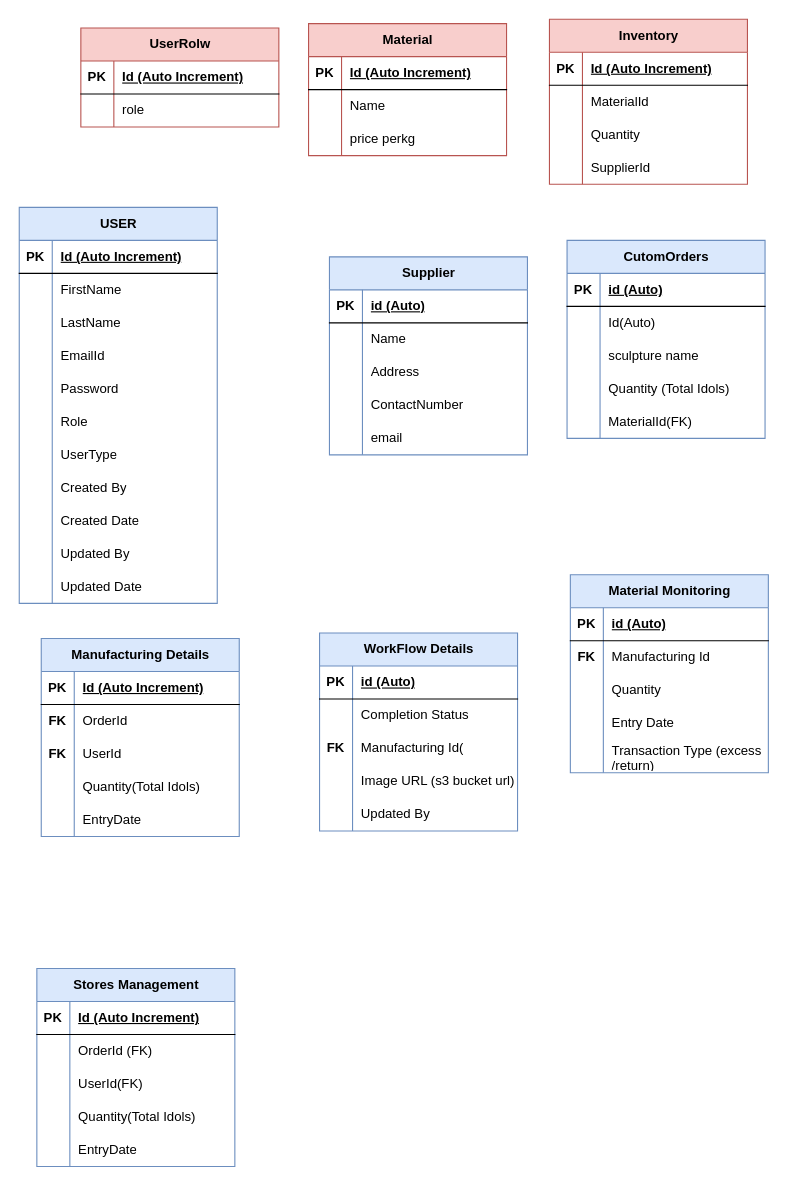
Earlier version of the draw.io diagram ER.drawio (praka07/trip-bis-aws). Source tidied: cells renumbered, new cells numbered last; positions are measured from the earlier drawing's top-left corner, leaving out a move shared by most shapes. Both pictures are drawn from the tidied source at 110%, with x=0, y=0 at pixel (19, 19).
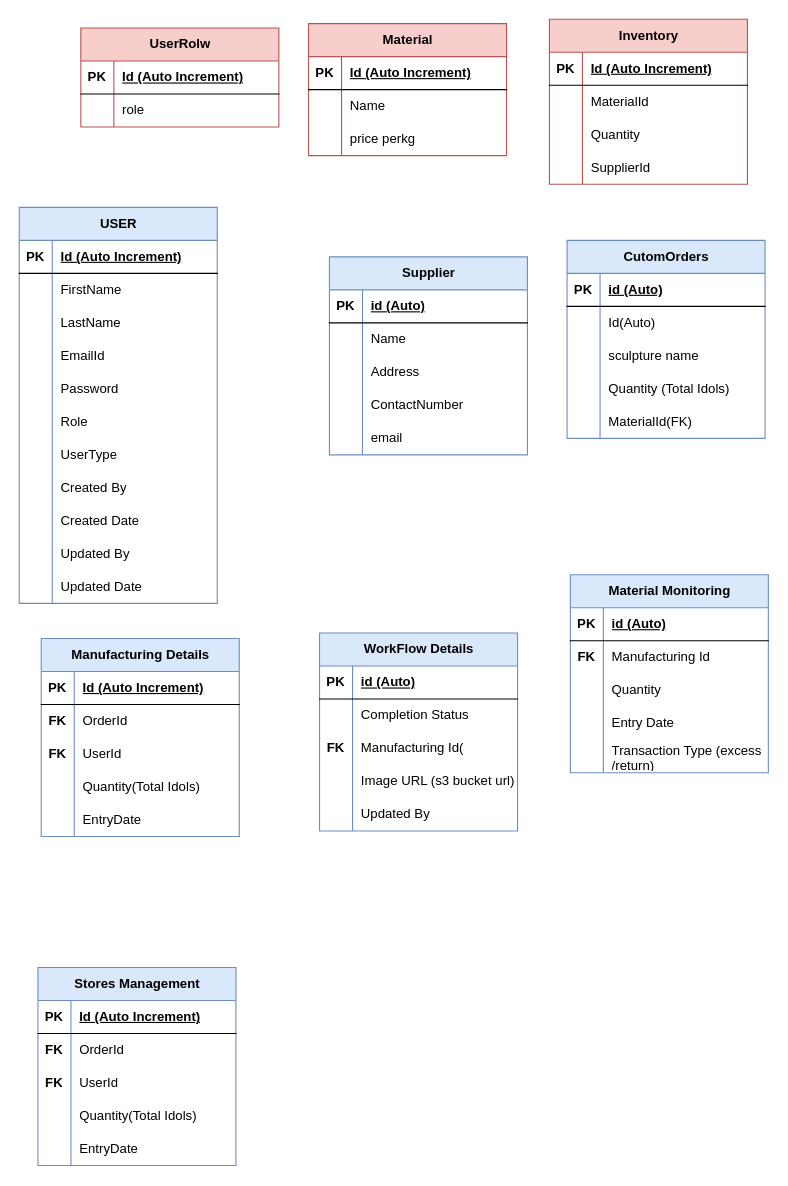
The same diagram, later.

The change refers to these unchanged cells:
```xml
<mxCell id="150" style="shape=tableRow;horizontal=0;startSize=0;swimlaneHead=0;swimlaneBody=0;fillColor=none;top=0;left=0;right=0;bottom=0;" parent="146" vertex="1">
  <mxGeometry y="60" width="180" height="30" as="geometry" />
</mxCell>
<mxCell id="153" style="shape=tableRow;horizontal=0;startSize=0;swimlaneHead=0;swimlaneBody=0;fillColor=none;top=0;left=0;right=0;bottom=0;" parent="146" vertex="1">
  <mxGeometry y="90" width="180" height="30" as="geometry" />
</mxCell>
```

Change to the diagram source:
```diff
@@
     <mxCell id="146" value="Stores Management" style="shape=table;startSize=30;childLayout=tableLayout;rowLines=0;fontStyle=1;align=center;html=1;fillColor=#dae8fc;strokeColor=#6c8ebf;" parent="1" vertex="1">
-      <mxGeometry x="16" y="863" width="180" height="180" as="geometry" />
+      <mxGeometry x="17" y="862" width="180" height="180" as="geometry" />
     </mxCell>
@@
-    <mxCell id="151" style="shape=partialRectangle;fillColor=none;top=0;left=0;bottom=0;right=0;overflow=hidden;whiteSpace=wrap;html=1;" parent="150" vertex="1">
+    <mxCell id="151" value="&lt;b style=&quot;border-color: var(--border-color);&quot;&gt;FK&lt;/b&gt;" style="shape=partialRectangle;fillColor=none;top=0;left=0;bottom=0;right=0;overflow=hidden;whiteSpace=wrap;html=1;" parent="150" vertex="1">
       <mxGeometry width="30" height="30" as="geometry" />
     </mxCell>
-    <mxCell id="152" value="OrderId (FK)" style="shape=partialRectangle;fillColor=none;top=0;left=0;bottom=0;right=0;align=left;spacingLeft=6;overflow=hidden;whiteSpace=wrap;html=1;" parent="150" vertex="1">
+    <mxCell id="152" value="OrderId" style="shape=partialRectangle;fillColor=none;top=0;left=0;bottom=0;right=0;align=left;spacingLeft=6;overflow=hidden;whiteSpace=wrap;html=1;" parent="150" vertex="1">
       <mxGeometry x="30" width="150" height="30" as="geometry" />
     </mxCell>
@@
-    <mxCell id="154" style="shape=partialRectangle;fillColor=none;top=0;left=0;bottom=0;right=0;overflow=hidden;whiteSpace=wrap;html=1;" parent="153" vertex="1">
+    <mxCell id="154" value="&lt;b style=&quot;border-color: var(--border-color);&quot;&gt;FK&lt;/b&gt;" style="shape=partialRectangle;fillColor=none;top=0;left=0;bottom=0;right=0;overflow=hidden;whiteSpace=wrap;html=1;" parent="153" vertex="1">
       <mxGeometry width="30" height="30" as="geometry" />
     </mxCell>
-    <mxCell id="155" value="UserId(FK)" style="shape=partialRectangle;fillColor=none;top=0;left=0;bottom=0;right=0;align=left;spacingLeft=6;overflow=hidden;whiteSpace=wrap;html=1;" parent="153" vertex="1">
+    <mxCell id="155" value="UserId" style="shape=partialRectangle;fillColor=none;top=0;left=0;bottom=0;right=0;align=left;spacingLeft=6;overflow=hidden;whiteSpace=wrap;html=1;" parent="153" vertex="1">
       <mxGeometry x="30" width="150" height="30" as="geometry" />
     </mxCell>
```
